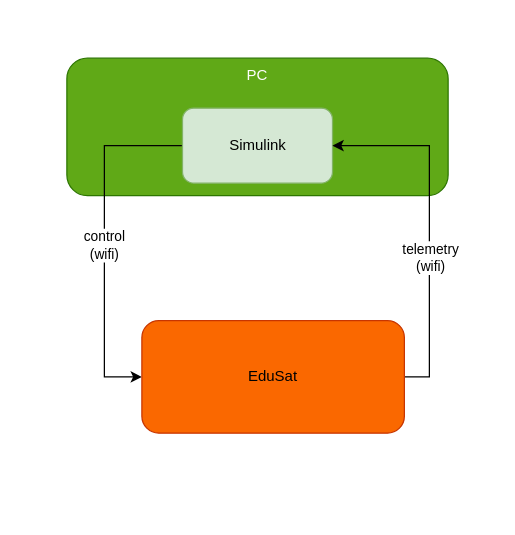
JanThoemel/drawIO keeps this draw.io diagram as CubeSat3course.drawio. Above is the earlier version. Source tidied: cells renumbered, new cells numbered last; positions are measured from the earlier drawing's top-left corner, leaving out a move shared by most shapes. Both pictures are drawn from the tidied source at 125%, with x=0, y=0 at pixel (66, 58).
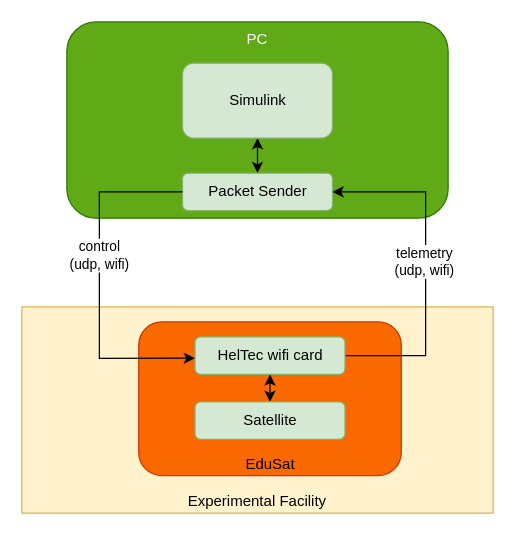
The same diagram, later.

Diff of the diagram source:
```diff
@@
 <mxGraphModel>
   <root>
     <mxCell id="0" />
     <mxCell id="1" parent="0" />
+    <mxCell id="9" value="Experimental Facility" style="rounded=0;whiteSpace=wrap;html=1;fillColor=#fff2cc;strokeColor=#d6b656;verticalAlign=bottom;" parent="1" vertex="1">
+      <mxGeometry x="-36" y="199" width="377" height="165" as="geometry" />
+    </mxCell>
     <mxCell id="2" value="PC" style="rounded=1;whiteSpace=wrap;html=1;verticalAlign=top;align=center;fillColor=#60a917;strokeColor=#2D7600;fontColor=#ffffff;" parent="1" vertex="1">
-      <mxGeometry width="305" height="110" as="geometry" />
+      <mxGeometry y="-29" width="305" height="157" as="geometry" />
     </mxCell>
+    <mxCell id="10" style="edgeStyle=orthogonalEdgeStyle;rounded=0;jettySize=auto;html=1;exitX=0.5;exitY=1;exitDx=0;exitDy=0;entryX=0.5;entryY=0;entryDx=0;entryDy=0;startArrow=classic;startFill=1;" parent="1" edge="1" source="5" target="11">
+      <mxGeometry relative="1" as="geometry" />
+    </mxCell>
+    <mxCell id="5" value="Simulink" style="rounded=1;whiteSpace=wrap;html=1;fillColor=#d5e8d4;strokeColor=#82b366;" parent="1" vertex="1">
+      <mxGeometry x="92.5" y="4" width="120" height="60" as="geometry" />
+    </mxCell>
+    <mxCell id="8" value="EduSat" style="rounded=1;whiteSpace=wrap;html=1;fillColor=#fa6800;fontColor=#000000;strokeColor=#C73500;verticalAlign=bottom;" parent="1" vertex="1">
+      <mxGeometry x="57.5" y="211" width="210" height="123" as="geometry" />
+    </mxCell>
+    <mxCell id="6" style="edgeStyle=orthogonalEdgeStyle;rounded=0;jettySize=auto;html=1;entryX=1;entryY=0.5;entryDx=0;entryDy=0;exitX=1;exitY=0.5;exitDx=0;exitDy=0;" parent="1" edge="1" source="13" target="11">
+      <mxGeometry relative="1" as="geometry">
+        <Array as="points">
+          <mxPoint x="287" y="238" />
+          <mxPoint x="287" y="107" />
+        </Array>
+      </mxGeometry>
+    </mxCell>
+    <mxCell id="7" value="telemetry&lt;br&gt;(udp, wifi)" style="edgeLabel;html=1;align=center;verticalAlign=middle;" parent="6" vertex="1">
+      <mxGeometry x="-0.18" relative="1" as="geometry">
+        <mxPoint x="-2" y="-29" as="offset" />
+      </mxGeometry>
+    </mxCell>
+    <mxCell id="11" value="Packet Sender" style="rounded=1;whiteSpace=wrap;html=1;fillColor=#d5e8d4;strokeColor=#82b366;" parent="1" vertex="1">
+      <mxGeometry x="92.5" y="92" width="120" height="30" as="geometry" />
+    </mxCell>
+    <mxCell id="12" style="edgeStyle=orthogonalEdgeStyle;rounded=0;jettySize=auto;html=1;entryX=0.5;entryY=0;entryDx=0;entryDy=0;startArrow=classic;startFill=1;" parent="1" edge="1" source="13" target="14">
+      <mxGeometry relative="1" as="geometry" />
+    </mxCell>
+    <mxCell id="13" value="HelTec wifi card" style="rounded=1;whiteSpace=wrap;html=1;fillColor=#d5e8d4;strokeColor=#82b366;" parent="1" vertex="1">
+      <mxGeometry x="102.5" y="223" width="120" height="30" as="geometry" />
+    </mxCell>
-    <mxCell id="3" style="edgeStyle=orthogonalEdgeStyle;rounded=0;jettySize=auto;html=1;exitX=0;exitY=0.5;exitDx=0;exitDy=0;entryX=0;entryY=0.5;entryDx=0;entryDy=0;" parent="1" edge="1" source="5" target="8">
+    <mxCell id="3" style="edgeStyle=orthogonalEdgeStyle;rounded=0;jettySize=auto;html=1;exitX=0;exitY=0.5;exitDx=0;exitDy=0;entryX=0;entryY=0.569;entryDx=0;entryDy=0;entryPerimeter=0;" parent="1" edge="1" source="11" target="13">
       <mxGeometry relative="1" as="geometry">
         <Array as="points">
-          <mxPoint x="30" y="70" />
-          <mxPoint x="30" y="255" />
+          <mxPoint x="26" y="107" />
+          <mxPoint x="26" y="240" />
         </Array>
       </mxGeometry>
     </mxCell>
-    <mxCell id="4" value="control&lt;br&gt;(wifi)" style="edgeLabel;html=1;align=center;verticalAlign=middle;" parent="3" vertex="1">
+    <mxCell id="4" value="control&lt;br&gt;(udp, wifi)" style="edgeLabel;html=1;align=center;verticalAlign=middle;" parent="3" vertex="1">
       <mxGeometry x="0.02" y="-2" relative="1" as="geometry">
-        <mxPoint x="1" as="offset" />
+        <mxPoint x="1" y="-24" as="offset" />
       </mxGeometry>
     </mxCell>
-    <mxCell id="5" value="Simulink" style="rounded=1;whiteSpace=wrap;html=1;fillColor=#d5e8d4;strokeColor=#82b366;" parent="1" vertex="1">
-      <mxGeometry x="92.5" y="40" width="120" height="60" as="geometry" />
-    </mxCell>
-    <mxCell id="6" style="edgeStyle=orthogonalEdgeStyle;rounded=0;jettySize=auto;html=1;entryX=1;entryY=0.5;entryDx=0;entryDy=0;exitX=1;exitY=0.5;exitDx=0;exitDy=0;" parent="1" edge="1" source="8" target="5">
-      <mxGeometry relative="1" as="geometry" />
-    </mxCell>
-    <mxCell id="7" value="telemetry&lt;br&gt;(wifi)" style="edgeLabel;html=1;align=center;verticalAlign=middle;" parent="6" vertex="1">
-      <mxGeometry x="-0.18" relative="1" as="geometry" />
-    </mxCell>
-    <mxCell id="8" value="EduSat" style="rounded=1;whiteSpace=wrap;html=1;fillColor=#fa6800;fontColor=#000000;strokeColor=#C73500;" parent="1" vertex="1">
-      <mxGeometry x="60" y="210" width="210" height="90" as="geometry" />
-    </mxCell>
+    <mxCell id="14" value="Satellite" style="rounded=1;whiteSpace=wrap;html=1;fillColor=#d5e8d4;strokeColor=#82b366;" parent="1" vertex="1">
+      <mxGeometry x="102.5" y="275" width="120" height="30" as="geometry" />
+    </mxCell>
   </root>
 </mxGraphModel>
```
